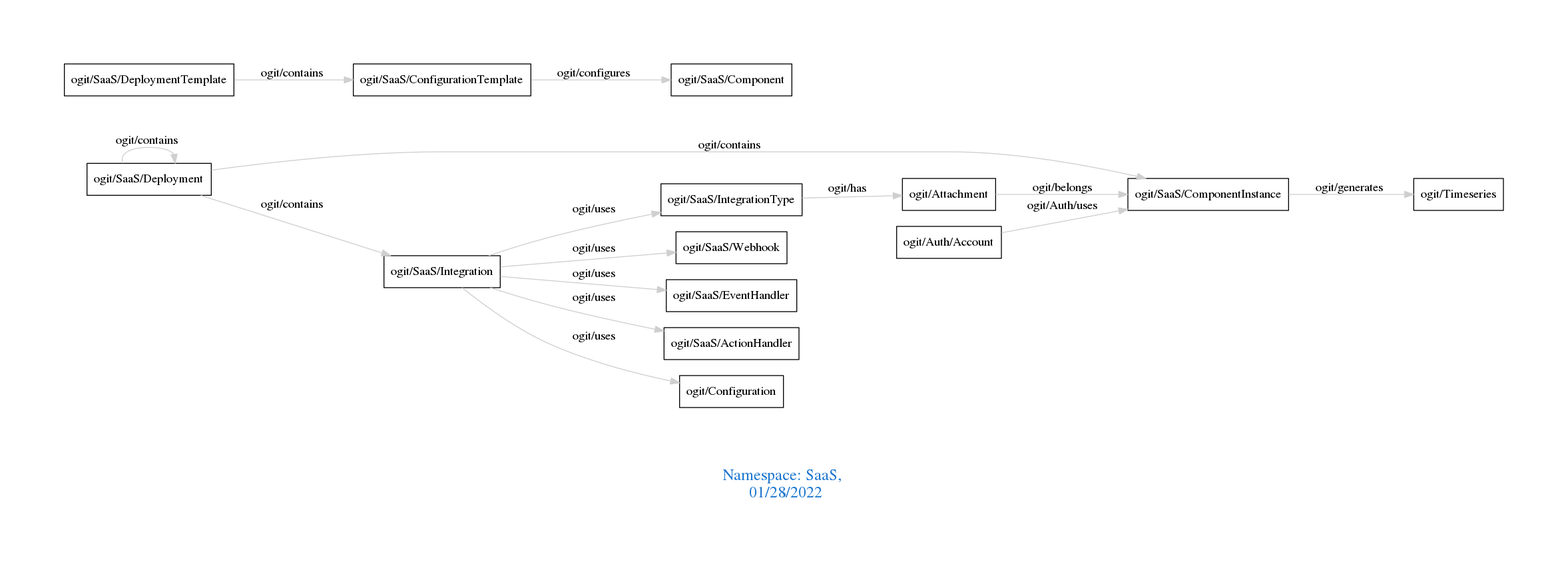
Earlier version of the Graphviz export downloads/SaaS.png (arago/OGIT). Its source is kept beside it as downloads/SaaS.dot.
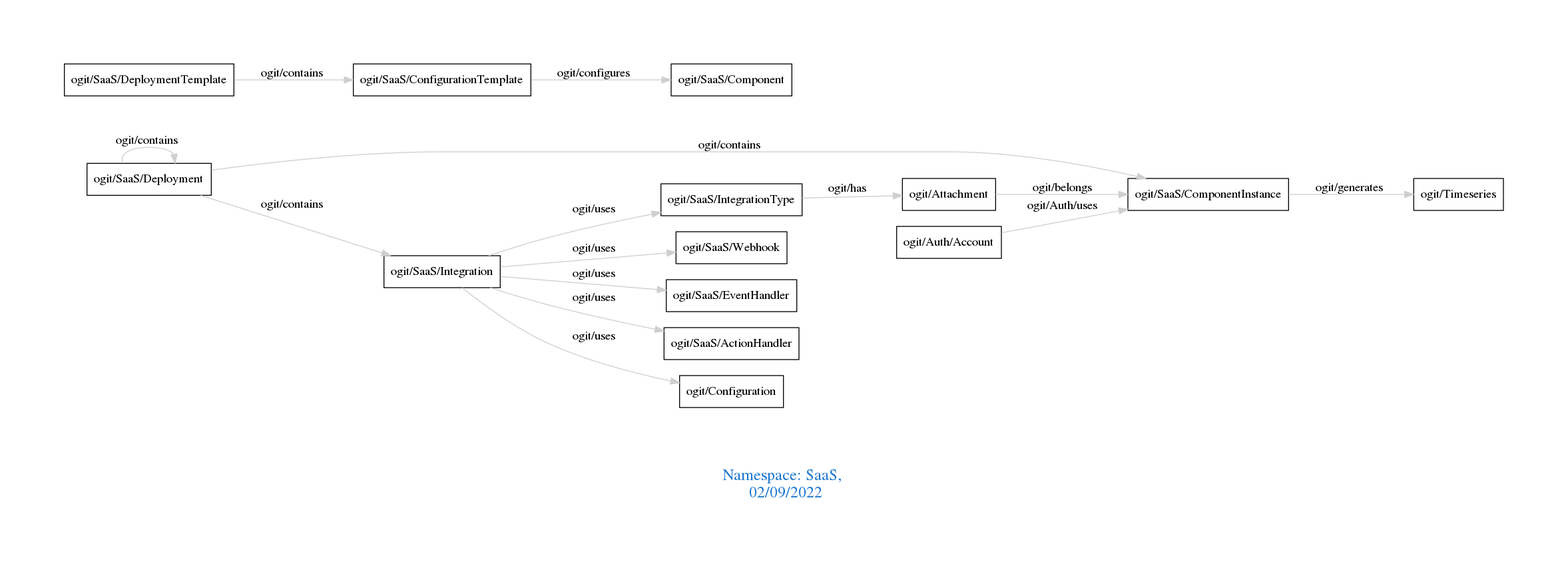
The same diagram one commit later.

Change to the diagram source:
```diff
@@ -1,7 +1,7 @@
 digraph OGIT_ontology {
  graph [ rankdir= LR,pad=1
 fontsize = 18,
-fontcolor= dodgerblue3,label = "\n\n\nNamespace: SaaS, \n 01/28/2022"];
+fontcolor= dodgerblue3,label = "\n\n\nNamespace: SaaS, \n 02/09/2022"];
 node[shape=polygon];
 edge [  color="gray81"];
 
```
